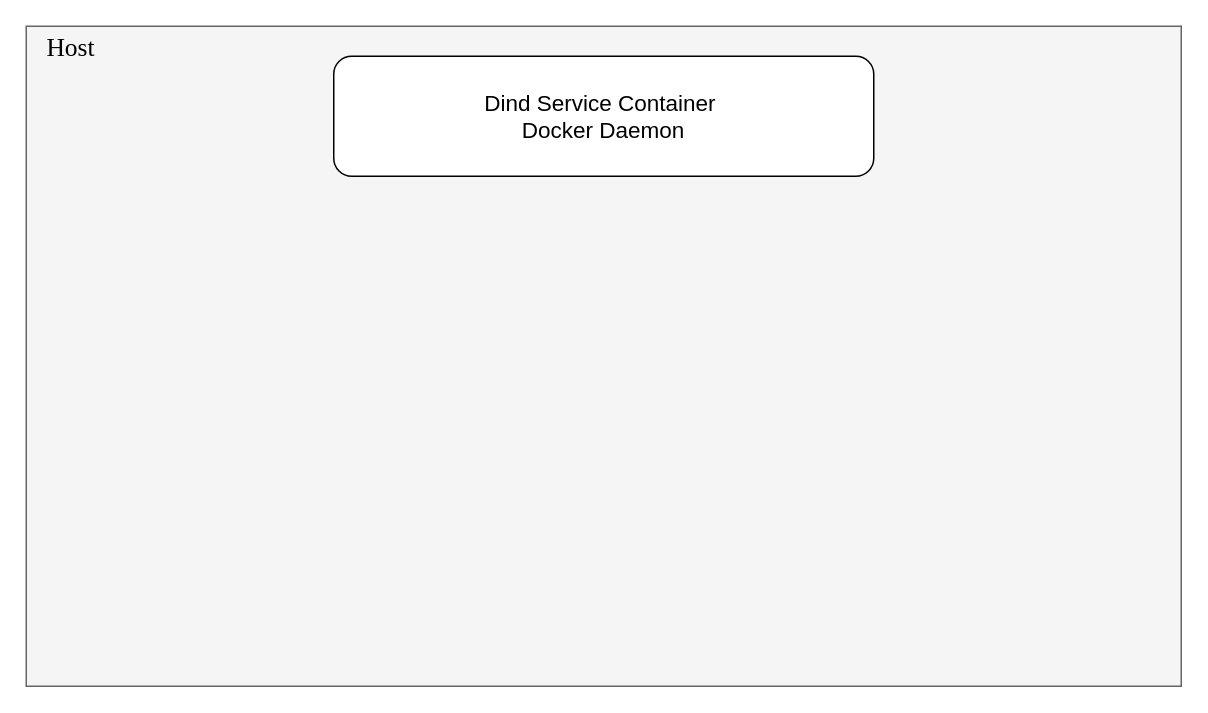
Before: go-build-cache-dind.drawio in YanshanSong/draw.io, a draw.io diagram. Source tidied: cells renumbered, new cells numbered last; positions are measured from the earlier drawing's top-left corner, leaving out a move shared by most shapes. Both pictures are drawn from the tidied source at 150%, with x=0, y=0 at pixel (26, 26).
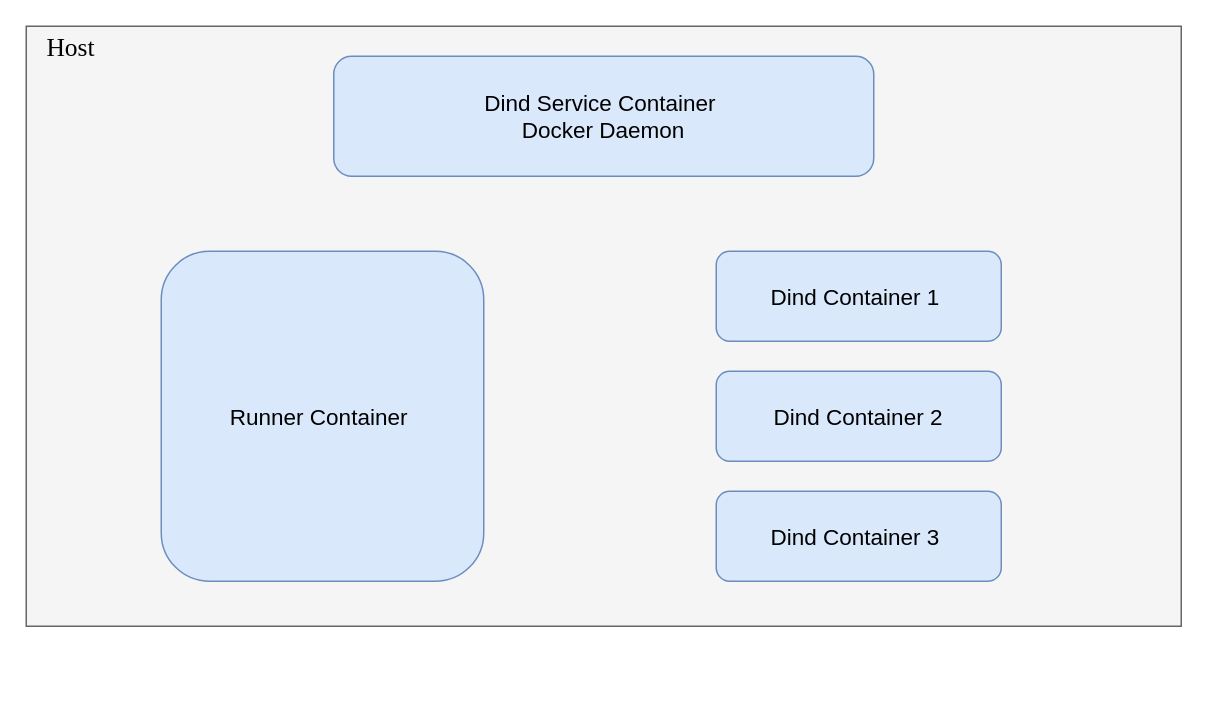
Above is the later version.

Change to the diagram source:
```diff
@@
 <mxGraphModel>
   <root>
     <mxCell id="0" />
     <mxCell id="1" parent="0" />
     <mxCell id="2" style="rounded=0;whiteSpace=wrap;html=1;fillColor=#f5f5f5;strokeColor=#666666;fontColor=#333333;" parent="1" vertex="1">
-      <mxGeometry width="770" height="440" as="geometry" />
+      <mxGeometry width="770" height="400" as="geometry" />
     </mxCell>
-    <mxCell id="3" value="Dind Service Container&amp;nbsp;&lt;br&gt;Docker Daemon" style="rounded=1;whiteSpace=wrap;html=1;fontSize=15;" parent="1" vertex="1">
+    <mxCell id="3" value="Dind Service Container&amp;nbsp;&lt;br&gt;Docker Daemon" style="rounded=1;whiteSpace=wrap;html=1;fontSize=15;fillColor=#dae8fc;strokeColor=#6c8ebf;" parent="1" vertex="1">
       <mxGeometry x="205" y="20" width="360" height="80" as="geometry" />
     </mxCell>
     <mxCell id="4" value="Host" style="text;html=1;strokeColor=none;fillColor=none;align=center;verticalAlign=middle;whiteSpace=wrap;rounded=0;fontFamily=Times New Roman;fontSize=17;" parent="1" vertex="1">
       <mxGeometry width="60" height="30" as="geometry" />
     </mxCell>
     <mxCell id="5" style="edgeStyle=orthogonalEdgeStyle;rounded=0;orthogonalLoop=1;jettySize=auto;html=1;exitX=0.5;exitY=1;exitDx=0;exitDy=0;" parent="1" edge="1" source="4" target="4">
       <mxGeometry relative="1" as="geometry" />
     </mxCell>
+    <mxCell id="6" value="Runner Container&amp;nbsp;&lt;br&gt;" style="rounded=1;whiteSpace=wrap;html=1;fontSize=15;fillColor=#dae8fc;strokeColor=#6c8ebf;" parent="1" vertex="1">
+      <mxGeometry x="90" y="150" width="215" height="220" as="geometry" />
+    </mxCell>
+    <mxCell id="7" value="Dind Container 1&amp;nbsp;&lt;br&gt;" style="rounded=1;whiteSpace=wrap;html=1;fontSize=15;fillColor=#dae8fc;strokeColor=#6c8ebf;" parent="1" vertex="1">
+      <mxGeometry x="460" y="150" width="190" height="60" as="geometry" />
+    </mxCell>
+    <mxCell id="8" value="Dind Container 2" style="rounded=1;whiteSpace=wrap;html=1;fontSize=15;fillColor=#dae8fc;strokeColor=#6c8ebf;" parent="1" vertex="1">
+      <mxGeometry x="460" y="230" width="190" height="60" as="geometry" />
+    </mxCell>
+    <mxCell id="9" value="Dind Container 3&amp;nbsp;" style="rounded=1;whiteSpace=wrap;html=1;fontSize=15;fillColor=#dae8fc;strokeColor=#6c8ebf;" parent="1" vertex="1">
+      <mxGeometry x="460" y="310" width="190" height="60" as="geometry" />
+    </mxCell>
   </root>
 </mxGraphModel>
```
